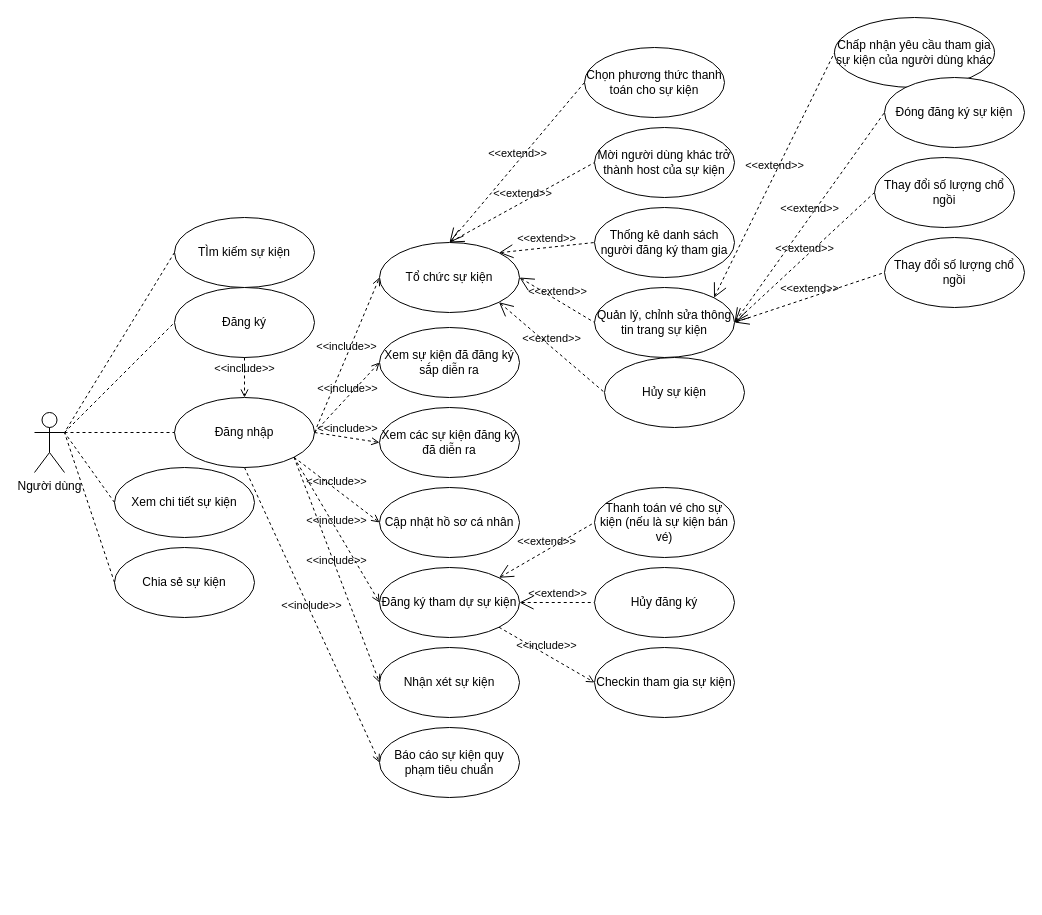
This is page "User" (1 of 6) of Untitled Diagram.drawio from Donace-Project/.github, a draw.io file, before an edit. Source tidied: cells renumbered, new cells numbered last; positions are measured from the earlier drawing's top-left corner, leaving out a move shared by most shapes. Both pictures are drawn from the tidied source at 100%, with x=0, y=0 at pixel (34, 17).
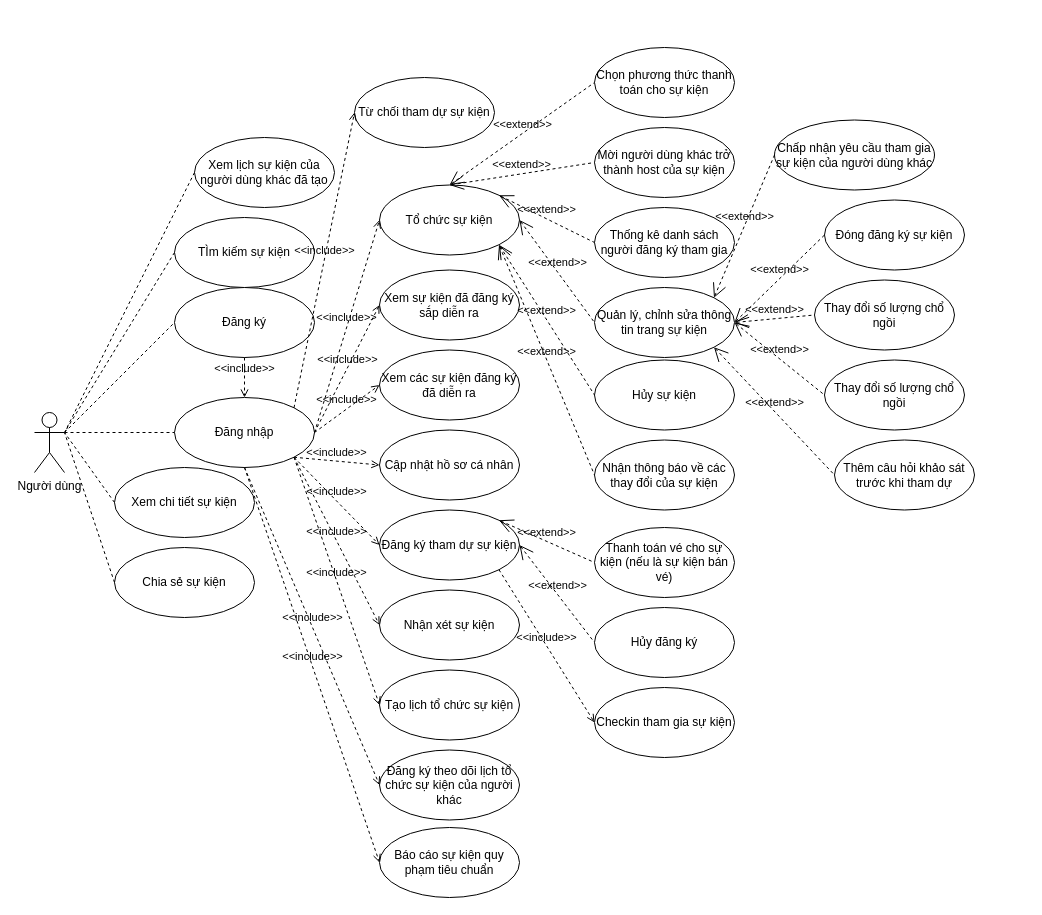
Above is the later version.

The change refers to these unchanged cells:
```xml
<mxCell id="2" value="Người dùng" style="shape=umlActor;verticalLabelPosition=bottom;verticalAlign=top;html=1;outlineConnect=0;" parent="1" vertex="1">
  <mxGeometry y="395" width="30" height="60" as="geometry" />
</mxCell>
<mxCell id="3" value="Đăng nhập" style="ellipse;whiteSpace=wrap;html=1;" parent="1" vertex="1">
  <mxGeometry x="140" y="380" width="140" height="70" as="geometry" />
</mxCell>
<mxCell id="22" value="Quản lý, chỉnh sửa thông tin trang sự kiện" style="ellipse;whiteSpace=wrap;html=1;" parent="1" vertex="1">
  <mxGeometry x="560" y="270" width="140" height="70" as="geometry" />
</mxCell>
```

The edit, as a diff of the source:
```diff
@@
     <mxCell id="5" value="Tổ chức sự kiện" style="ellipse;whiteSpace=wrap;html=1;" parent="1" vertex="1">
-      <mxGeometry x="345" y="225" width="140" height="70" as="geometry" />
+      <mxGeometry x="345" y="167.5" width="140" height="70" as="geometry" />
     </mxCell>
     <mxCell id="6" value="Xem sự kiện đã đăng ký sắp diễn ra" style="ellipse;whiteSpace=wrap;html=1;" parent="1" vertex="1">
-      <mxGeometry x="345" y="310" width="140" height="70" as="geometry" />
+      <mxGeometry x="345" y="252.5" width="140" height="70" as="geometry" />
     </mxCell>
@@
     <mxCell id="8" value="Xem các sự kiện đăng ký đã diễn ra" style="ellipse;whiteSpace=wrap;html=1;" parent="1" vertex="1">
-      <mxGeometry x="345" y="390" width="140" height="70" as="geometry" />
+      <mxGeometry x="345" y="332.5" width="140" height="70" as="geometry" />
     </mxCell>
@@
     <mxCell id="10" value="Cập nhật hồ sơ cá nhân" style="ellipse;whiteSpace=wrap;html=1;" parent="1" vertex="1">
-      <mxGeometry x="345" y="470" width="140" height="70" as="geometry" />
+      <mxGeometry x="345" y="412.5" width="140" height="70" as="geometry" />
     </mxCell>
@@
     <mxCell id="12" value="Đăng ký tham dự sự kiện" style="ellipse;whiteSpace=wrap;html=1;" parent="1" vertex="1">
-      <mxGeometry x="345" y="550" width="140" height="70" as="geometry" />
+      <mxGeometry x="345" y="492.5" width="140" height="70" as="geometry" />
     </mxCell>
@@
     <mxCell id="14" value="Checkin tham gia sự kiện" style="ellipse;whiteSpace=wrap;html=1;" parent="1" vertex="1">
-      <mxGeometry x="560" y="630" width="140" height="70" as="geometry" />
+      <mxGeometry x="560" y="670" width="140" height="70" as="geometry" />
     </mxCell>
@@
     <mxCell id="16" value="Nhận xét sự kiện" style="ellipse;whiteSpace=wrap;html=1;" parent="1" vertex="1">
-      <mxGeometry x="345" y="630" width="140" height="70" as="geometry" />
+      <mxGeometry x="345" y="572.5" width="140" height="70" as="geometry" />
     </mxCell>
@@
     <mxCell id="21" value="Thanh toán vé cho sự kiện (nếu là sự kiện bán vé)" style="ellipse;whiteSpace=wrap;html=1;" parent="1" vertex="1">
-      <mxGeometry x="560" y="470" width="140" height="70" as="geometry" />
+      <mxGeometry x="560" y="510" width="140" height="70" as="geometry" />
     </mxCell>
@@
     <mxCell id="34" value="Hủy sự kiện" style="ellipse;whiteSpace=wrap;html=1;" parent="1" vertex="1">
-      <mxGeometry x="570" y="340" width="140" height="70" as="geometry" />
+      <mxGeometry x="560" y="342.5" width="140" height="70" as="geometry" />
     </mxCell>
@@
     <mxCell id="38" value="Hủy đăng ký" style="ellipse;whiteSpace=wrap;html=1;" parent="1" vertex="1">
-      <mxGeometry x="560" y="550" width="140" height="70" as="geometry" />
+      <mxGeometry x="560" y="590" width="140" height="70" as="geometry" />
     </mxCell>
@@
     <mxCell id="40" value="Báo cáo sự kiện quy phạm tiêu chuẩn" style="ellipse;whiteSpace=wrap;html=1;" parent="1" vertex="1">
-      <mxGeometry x="345" y="710" width="140" height="70" as="geometry" />
+      <mxGeometry x="345" y="810" width="140" height="70" as="geometry" />
     </mxCell>
@@
     <mxCell id="42" value="Chọn phương thức thanh toán cho sự kiện" style="ellipse;whiteSpace=wrap;html=1;" parent="1" vertex="1">
-      <mxGeometry x="550" y="30" width="140" height="70" as="geometry" />
+      <mxGeometry x="560" y="30" width="140" height="70" as="geometry" />
     </mxCell>
@@
     <mxCell id="44" value="Chấp nhận yêu cầu tham gia sự kiện của người dùng khác" style="ellipse;whiteSpace=wrap;html=1;" parent="1" vertex="1">
-      <mxGeometry x="800" width="160" height="70" as="geometry" />
+      <mxGeometry x="740" y="102.5" width="160" height="70" as="geometry" />
     </mxCell>
@@
     <mxCell id="46" value="Thay đổi số lượng chổ ngồi" style="ellipse;whiteSpace=wrap;html=1;" parent="1" vertex="1">
-      <mxGeometry x="840" y="140" width="140" height="70" as="geometry" />
+      <mxGeometry x="780" y="262.5" width="140" height="70" as="geometry" />
     </mxCell>
@@
     <mxCell id="48" value="Đóng đăng ký sự kiện" style="ellipse;whiteSpace=wrap;html=1;" parent="1" vertex="1">
-      <mxGeometry x="850" y="60" width="140" height="70" as="geometry" />
+      <mxGeometry x="790" y="182.5" width="140" height="70" as="geometry" />
     </mxCell>
@@
     <mxCell id="50" value="Thay đổi số lượng chổ ngồi" style="ellipse;whiteSpace=wrap;html=1;" parent="1" vertex="1">
-      <mxGeometry x="850" y="220" width="140" height="70" as="geometry" />
+      <mxGeometry x="790" y="342.5" width="140" height="70" as="geometry" />
     </mxCell>
@@
+    <mxCell id="52" value="Thêm câu hỏi khảo sát trước khi tham dự" style="ellipse;whiteSpace=wrap;html=1;" parent="1" vertex="1">
+      <mxGeometry x="800" y="422.5" width="140" height="70" as="geometry" />
+    </mxCell>
+    <mxCell id="53" value="&amp;lt;&amp;lt;extend&amp;gt;&amp;gt;" style="edgeStyle=none;html=1;startArrow=open;endArrow=none;startSize=12;verticalAlign=bottom;dashed=1;labelBackgroundColor=none;rounded=0;entryX=0;entryY=0.5;entryDx=0;entryDy=0;exitX=1;exitY=1;exitDx=0;exitDy=0;" parent="1" edge="1" source="22" target="52">
+      <mxGeometry relative="1" as="geometry" />
+    </mxCell>
+    <mxCell id="54" value="Tạo lịch tổ chức sự kiện" style="ellipse;whiteSpace=wrap;html=1;" parent="1" vertex="1">
+      <mxGeometry x="345" y="652.5" width="140" height="70" as="geometry" />
+    </mxCell>
+    <mxCell id="55" value="&amp;lt;&amp;lt;include&amp;gt;&amp;gt;" style="edgeStyle=none;html=1;endArrow=open;verticalAlign=bottom;dashed=1;labelBackgroundColor=none;rounded=0;exitX=1;exitY=1;exitDx=0;exitDy=0;entryX=0;entryY=0.5;entryDx=0;entryDy=0;" parent="1" edge="1" source="3" target="54">
+      <mxGeometry relative="1" as="geometry" />
+    </mxCell>
+    <mxCell id="56" value="Xem lịch sự kiện của người dùng khác đã tạo" style="ellipse;whiteSpace=wrap;html=1;" parent="1" vertex="1">
+      <mxGeometry x="160" y="120" width="140" height="70" as="geometry" />
+    </mxCell>
+    <mxCell id="57" style="endArrow=none;dashed=1;html=1;rounded=0;entryX=1;entryY=0.3333333333333333;entryDx=0;entryDy=0;exitX=0;exitY=0.5;exitDx=0;exitDy=0;entryPerimeter=0;" parent="1" edge="1" source="56" target="2">
+      <mxGeometry relative="1" as="geometry" />
+    </mxCell>
+    <mxCell id="58" value="Đăng ký theo dõi lịch tổ chức sự kiện của người khác" style="ellipse;whiteSpace=wrap;html=1;" parent="1" vertex="1">
+      <mxGeometry x="345" y="732.5" width="140" height="70" as="geometry" />
+    </mxCell>
+    <mxCell id="59" value="&amp;lt;&amp;lt;include&amp;gt;&amp;gt;" style="edgeStyle=none;html=1;endArrow=open;verticalAlign=bottom;dashed=1;labelBackgroundColor=none;rounded=0;exitX=0.5;exitY=1;exitDx=0;exitDy=0;entryX=0;entryY=0.5;entryDx=0;entryDy=0;" parent="1" edge="1" source="3" target="58">
+      <mxGeometry relative="1" as="geometry" />
+    </mxCell>
+    <mxCell id="60" value="Từ chối tham dự sự kiện" style="ellipse;whiteSpace=wrap;html=1;" parent="1" vertex="1">
+      <mxGeometry x="320" y="60" width="140" height="70" as="geometry" />
+    </mxCell>
+    <mxCell id="61" value="&amp;lt;&amp;lt;include&amp;gt;&amp;gt;" style="edgeStyle=none;html=1;endArrow=open;verticalAlign=bottom;dashed=1;labelBackgroundColor=none;rounded=0;exitX=1;exitY=0;exitDx=0;exitDy=0;entryX=0;entryY=0.5;entryDx=0;entryDy=0;" parent="1" edge="1" source="3" target="60">
+      <mxGeometry relative="1" as="geometry" />
+    </mxCell>
+    <mxCell id="62" value="&amp;lt;&amp;lt;extend&amp;gt;&amp;gt;" style="edgeStyle=none;html=1;startArrow=open;endArrow=none;startSize=12;verticalAlign=bottom;dashed=1;labelBackgroundColor=none;rounded=0;exitX=1;exitY=1;exitDx=0;exitDy=0;entryX=0;entryY=0.5;entryDx=0;entryDy=0;" parent="1" edge="1" source="5" target="63">
+      <mxGeometry relative="1" as="geometry" />
+    </mxCell>
+    <mxCell id="63" value="Nhận thông báo về các thay đổi của sự kiện" style="ellipse;whiteSpace=wrap;html=1;" parent="1" vertex="1">
+      <mxGeometry x="560" y="422.5" width="140" height="70" as="geometry" />
+    </mxCell>
```
